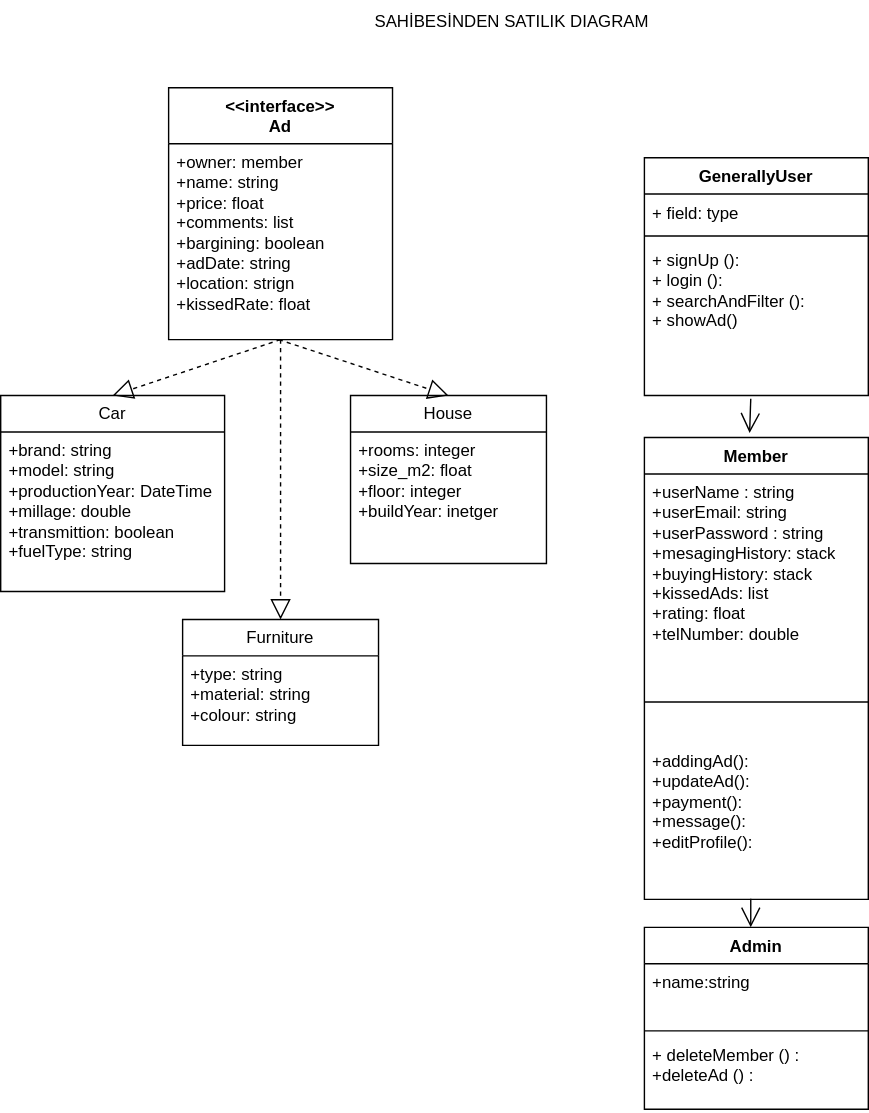
Esma-HHO/SDDPproject keeps this draw.io diagram as sahibesinden_satılık.svg. Above is the earlier version. Source tidied: cells renumbered, new cells last; positions are measured from the earlier drawing's top-left corner, leaving out a move shared by most shapes. The source it was exported from:
```xml
<mxGraphModel>
  <root>
    <mxCell id="0" />
    <mxCell id="1" parent="0" />
    <mxCell id="2" value="GenerallyUser" style="swimlane;fontStyle=1;align=center;verticalAlign=top;horizontal=1;startSize=26;whiteSpace=wrap;html=1;" parent="1" vertex="1">
      <mxGeometry x="460" y="112" width="160" height="170" as="geometry" />
    </mxCell>
    <mxCell id="3" value="+ field: type" style="text;strokeColor=none;fillColor=none;align=left;verticalAlign=top;spacingLeft=4;spacingRight=4;overflow=hidden;whiteSpace=wrap;html=1;" parent="2" vertex="1">
      <mxGeometry y="26" width="160" height="26" as="geometry" />
    </mxCell>
    <mxCell id="4" style="line;strokeWidth=1;fillColor=none;align=left;verticalAlign=middle;spacingTop=-1;spacingLeft=3;spacingRight=3;labelPosition=right;strokeColor=inherit;" parent="2" vertex="1">
      <mxGeometry y="52" width="160" height="8" as="geometry" />
    </mxCell>
    <mxCell id="5" value="&lt;div&gt;+ signUp ():&lt;/div&gt;&lt;div&gt;+ login ():&lt;/div&gt;&lt;div&gt;+ searchAndFilter ():&lt;/div&gt;&lt;div&gt;+ showAd()&lt;/div&gt;" style="text;strokeColor=none;fillColor=none;align=left;verticalAlign=top;spacingLeft=4;spacingRight=4;overflow=hidden;points=[[0,0.5],[1,0.5]];portConstraint=eastwest;whiteSpace=wrap;html=1;" parent="2" vertex="1">
      <mxGeometry y="60" width="160" height="110" as="geometry" />
    </mxCell>
    <mxCell id="6" value="Member&lt;div&gt;&lt;br&gt;&lt;/div&gt;&lt;div&gt;&lt;br&gt;&lt;/div&gt;" style="swimlane;fontStyle=1;align=center;verticalAlign=top;horizontal=1;startSize=26;whiteSpace=wrap;html=1;" parent="1" vertex="1">
      <mxGeometry x="460" y="312" width="160" height="330" as="geometry" />
    </mxCell>
    <mxCell id="7" value="+userName : string&lt;div&gt;+userEmail: string&lt;/div&gt;&lt;div&gt;+userPassword : string&lt;/div&gt;&lt;div&gt;+mesagingHistory: stack&lt;/div&gt;&lt;div&gt;+buyingHistory: stack&lt;/div&gt;&lt;div&gt;+kissedAds: list&lt;/div&gt;&lt;div&gt;+rating: float&lt;/div&gt;&lt;div&gt;+telNumber: double&lt;/div&gt;&lt;div&gt;&lt;br&gt;&lt;/div&gt;&lt;div&gt;&lt;br&gt;&lt;div&gt;&lt;div&gt;&lt;br&gt;&lt;/div&gt;&lt;/div&gt;&lt;/div&gt;" style="text;strokeColor=none;fillColor=none;align=left;verticalAlign=top;spacingLeft=4;spacingRight=4;overflow=hidden;whiteSpace=wrap;html=1;" parent="6" vertex="1">
      <mxGeometry y="26" width="160" height="134" as="geometry" />
    </mxCell>
    <mxCell id="8" style="line;strokeWidth=1;fillColor=none;align=left;verticalAlign=middle;spacingTop=-1;spacingLeft=3;spacingRight=3;labelPosition=right;strokeColor=inherit;" parent="6" vertex="1">
      <mxGeometry y="160" width="160" height="58" as="geometry" />
    </mxCell>
    <mxCell id="9" value="+addingAd():&amp;nbsp;&lt;div&gt;+updateAd():&lt;/div&gt;&lt;div&gt;+payment():&lt;/div&gt;&lt;div&gt;+message():&lt;/div&gt;&lt;div&gt;+editProfile():&lt;/div&gt;&lt;div&gt;&lt;br&gt;&lt;/div&gt;" style="text;strokeColor=none;fillColor=none;align=left;verticalAlign=top;spacingLeft=4;spacingRight=4;overflow=hidden;points=[[0,0.5],[1,0.5]];portConstraint=eastwest;whiteSpace=wrap;html=1;" parent="6" vertex="1">
      <mxGeometry y="218" width="160" height="112" as="geometry" />
    </mxCell>
    <mxCell id="10" style="endArrow=open;endFill=1;endSize=12;html=1;rounded=0;exitX=0.475;exitY=1.02;exitDx=0;exitDy=0;exitPerimeter=0;entryX=0.47;entryY=-0.01;entryDx=0;entryDy=0;entryPerimeter=0;" parent="1" edge="1" source="5" target="6">
      <mxGeometry relative="1" as="geometry" />
    </mxCell>
    <mxCell id="11" value="&lt;div&gt;&amp;lt;&amp;lt;interface&amp;gt;&amp;gt;&lt;/div&gt;Ad" style="swimlane;fontStyle=1;align=center;verticalAlign=top;horizontal=1;startSize=40;whiteSpace=wrap;html=1;" parent="1" vertex="1">
      <mxGeometry x="120" y="62" width="160" height="180" as="geometry" />
    </mxCell>
    <mxCell id="12" value="&lt;div&gt;+owner: member&lt;/div&gt;+name: string&lt;div&gt;+price: float&lt;/div&gt;&lt;div&gt;+comments: list&lt;/div&gt;&lt;div&gt;+bargining: boolean&lt;/div&gt;&lt;div&gt;+adDate: string&lt;/div&gt;&lt;div&gt;+location: strign&lt;/div&gt;&lt;div&gt;+kissedRate: float&lt;/div&gt;&lt;div&gt;&lt;br&gt;&lt;/div&gt;" style="text;strokeColor=none;fillColor=none;align=left;verticalAlign=top;spacingLeft=4;spacingRight=4;overflow=hidden;points=[[0,0.5],[1,0.5]];portConstraint=eastwest;whiteSpace=wrap;html=1;" parent="11" vertex="1">
      <mxGeometry y="40" width="160" height="140" as="geometry" />
    </mxCell>
    <mxCell id="13" style="line;strokeWidth=1;fillColor=none;align=left;verticalAlign=middle;spacingTop=-1;spacingLeft=3;spacingRight=3;labelPosition=right;strokeColor=inherit;" parent="11" vertex="1">
      <mxGeometry y="180" width="160" as="geometry" />
    </mxCell>
    <mxCell id="14" value="House" style="swimlane;fontStyle=0;horizontal=1;startSize=26;fillColor=none;whiteSpace=wrap;html=1;" parent="1" vertex="1">
      <mxGeometry x="250" y="282" width="140" height="120" as="geometry" />
    </mxCell>
    <mxCell id="15" value="+rooms: integer&lt;div&gt;+size_m2: float&lt;/div&gt;&lt;div&gt;+floor: integer&lt;/div&gt;&lt;div&gt;+buildYear: inetger&lt;/div&gt;&lt;div&gt;&lt;span style=&quot;background-color: initial;&quot;&gt;&amp;nbsp;&lt;/span&gt;&lt;/div&gt;" style="text;strokeColor=none;fillColor=none;align=left;verticalAlign=top;spacingLeft=4;spacingRight=4;overflow=hidden;whiteSpace=wrap;html=1;" parent="14" vertex="1">
      <mxGeometry y="26" width="140" height="94" as="geometry" />
    </mxCell>
    <mxCell id="16" value="Furniture" style="swimlane;fontStyle=0;horizontal=1;startSize=26;fillColor=none;whiteSpace=wrap;html=1;" parent="1" vertex="1">
      <mxGeometry x="130" y="442" width="140" height="90" as="geometry" />
    </mxCell>
    <mxCell id="17" value="+type: string&lt;div&gt;+material: string&lt;/div&gt;&lt;div&gt;+colour: string&lt;/div&gt;" style="text;strokeColor=none;fillColor=none;align=left;verticalAlign=top;spacingLeft=4;spacingRight=4;overflow=hidden;whiteSpace=wrap;html=1;" parent="16" vertex="1">
      <mxGeometry y="26" width="140" height="64" as="geometry" />
    </mxCell>
    <mxCell id="18" value="Car" style="swimlane;fontStyle=0;horizontal=1;startSize=26;fillColor=none;whiteSpace=wrap;html=1;" parent="1" vertex="1">
      <mxGeometry y="282" width="160" height="140" as="geometry" />
    </mxCell>
    <mxCell id="19" value="+brand: string&lt;div&gt;+model: string&lt;/div&gt;&lt;div&gt;+productionYear: DateTime&lt;/div&gt;&lt;div&gt;+millage: double&lt;/div&gt;&lt;div&gt;+transmittion: boolean&lt;/div&gt;&lt;div&gt;+fuelType: string&lt;/div&gt;" style="text;strokeColor=none;fillColor=none;align=left;verticalAlign=top;spacingLeft=4;spacingRight=4;overflow=hidden;whiteSpace=wrap;html=1;" parent="18" vertex="1">
      <mxGeometry y="26" width="160" height="114" as="geometry" />
    </mxCell>
    <mxCell id="20" value="Admin" style="swimlane;fontStyle=1;align=center;verticalAlign=top;horizontal=1;startSize=26;whiteSpace=wrap;html=1;" parent="1" vertex="1">
      <mxGeometry x="460" y="662" width="160" height="130" as="geometry" />
    </mxCell>
    <mxCell id="21" value="+name:string&lt;div&gt;&lt;br&gt;&lt;/div&gt;" style="text;strokeColor=none;fillColor=none;align=left;verticalAlign=top;spacingLeft=4;spacingRight=4;overflow=hidden;whiteSpace=wrap;html=1;" parent="20" vertex="1">
      <mxGeometry y="26" width="160" height="44" as="geometry" />
    </mxCell>
    <mxCell id="22" style="line;strokeWidth=1;fillColor=none;align=left;verticalAlign=middle;spacingTop=-1;spacingLeft=3;spacingRight=3;labelPosition=right;strokeColor=inherit;" parent="20" vertex="1">
      <mxGeometry y="70" width="160" height="8" as="geometry" />
    </mxCell>
    <mxCell id="23" value="+ deleteMember () :&lt;div&gt;+deleteAd () :&lt;/div&gt;&lt;div&gt;&amp;nbsp;&lt;/div&gt;" style="text;strokeColor=none;fillColor=none;align=left;verticalAlign=top;spacingLeft=4;spacingRight=4;overflow=hidden;whiteSpace=wrap;html=1;" parent="20" vertex="1">
      <mxGeometry y="78" width="160" height="52" as="geometry" />
    </mxCell>
    <mxCell id="24" style="endArrow=open;endFill=1;endSize=12;html=1;rounded=0;exitX=0.475;exitY=0.996;exitDx=0;exitDy=0;exitPerimeter=0;entryX=0.475;entryY=0;entryDx=0;entryDy=0;entryPerimeter=0;" parent="1" edge="1" source="9" target="20">
      <mxGeometry relative="1" as="geometry" />
    </mxCell>
    <mxCell id="25" style="endArrow=block;dashed=1;endFill=0;endSize=12;html=1;rounded=0;exitX=0.492;exitY=1;exitDx=0;exitDy=0;exitPerimeter=0;entryX=0.5;entryY=0;entryDx=0;entryDy=0;" parent="1" edge="1" source="12" target="14">
      <mxGeometry relative="1" as="geometry" />
    </mxCell>
    <mxCell id="26" style="endArrow=block;dashed=1;endFill=0;endSize=12;html=1;rounded=0;entryX=0.5;entryY=0;entryDx=0;entryDy=0;" parent="1" edge="1" target="18">
      <mxGeometry relative="1" as="geometry">
        <mxPoint x="200" y="242" as="sourcePoint" />
      </mxGeometry>
    </mxCell>
    <mxCell id="27" style="endArrow=block;dashed=1;endFill=0;endSize=12;html=1;rounded=0;entryX=0.5;entryY=0;entryDx=0;entryDy=0;" parent="1" edge="1" target="16">
      <mxGeometry relative="1" as="geometry">
        <mxPoint x="200" y="242" as="sourcePoint" />
      </mxGeometry>
    </mxCell>
    <mxCell id="28" value="SAHİBESİNDEN SATILIK DIAGRAM" style="text;html=1;align=center;verticalAlign=middle;strokeColor=none;fillColor=none;" parent="1" vertex="1">
      <mxGeometry x="255" width="220" height="30" as="geometry" />
    </mxCell>
  </root>
</mxGraphModel>
```
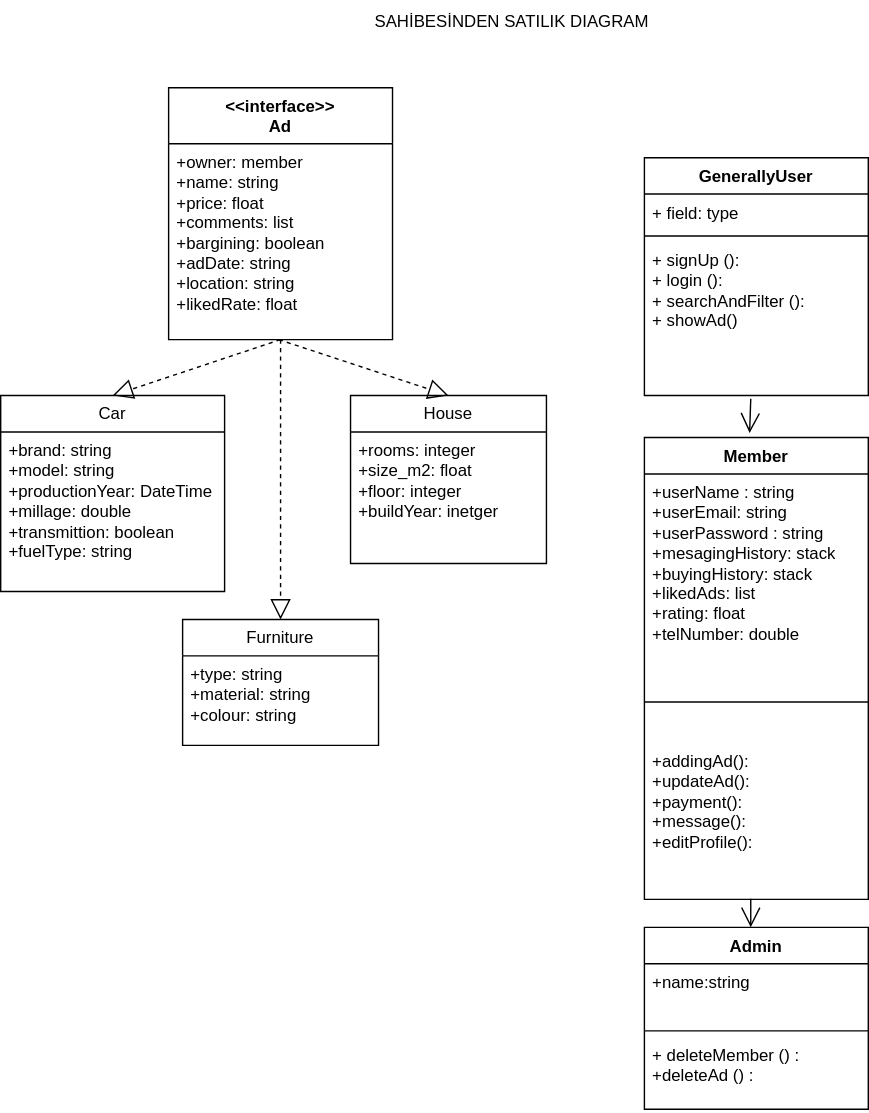
Above is the later version.

Commit message:
added updating uml diagram

What changed in the source:
```diff
@@ -17,7 +17,7 @@
     <mxCell id="6" value="Member&lt;div&gt;&lt;br&gt;&lt;/div&gt;&lt;div&gt;&lt;br&gt;&lt;/div&gt;" style="swimlane;fontStyle=1;align=center;verticalAlign=top;horizontal=1;startSize=26;whiteSpace=wrap;html=1;" parent="1" vertex="1">
       <mxGeometry x="460" y="312" width="160" height="330" as="geometry" />
     </mxCell>
-    <mxCell id="7" value="+userName : string&lt;div&gt;+userEmail: string&lt;/div&gt;&lt;div&gt;+userPassword : string&lt;/div&gt;&lt;div&gt;+mesagingHistory: stack&lt;/div&gt;&lt;div&gt;+buyingHistory: stack&lt;/div&gt;&lt;div&gt;+kissedAds: list&lt;/div&gt;&lt;div&gt;+rating: float&lt;/div&gt;&lt;div&gt;+telNumber: double&lt;/div&gt;&lt;div&gt;&lt;br&gt;&lt;/div&gt;&lt;div&gt;&lt;br&gt;&lt;div&gt;&lt;div&gt;&lt;br&gt;&lt;/div&gt;&lt;/div&gt;&lt;/div&gt;" style="text;strokeColor=none;fillColor=none;align=left;verticalAlign=top;spacingLeft=4;spacingRight=4;overflow=hidden;whiteSpace=wrap;html=1;" parent="6" vertex="1">
+    <mxCell id="7" value="+userName : string&lt;div&gt;+userEmail: string&lt;/div&gt;&lt;div&gt;+userPassword : string&lt;/div&gt;&lt;div&gt;+mesagingHistory: stack&lt;/div&gt;&lt;div&gt;+buyingHistory: stack&lt;/div&gt;&lt;div&gt;+likedAds: list&lt;/div&gt;&lt;div&gt;+rating: float&lt;/div&gt;&lt;div&gt;+telNumber: double&lt;/div&gt;&lt;div&gt;&lt;br&gt;&lt;/div&gt;&lt;div&gt;&lt;br&gt;&lt;div&gt;&lt;div&gt;&lt;br&gt;&lt;/div&gt;&lt;/div&gt;&lt;/div&gt;" style="text;strokeColor=none;fillColor=none;align=left;verticalAlign=top;spacingLeft=4;spacingRight=4;overflow=hidden;whiteSpace=wrap;html=1;" parent="6" vertex="1">
       <mxGeometry y="26" width="160" height="134" as="geometry" />
     </mxCell>
     <mxCell id="8" style="line;strokeWidth=1;fillColor=none;align=left;verticalAlign=middle;spacingTop=-1;spacingLeft=3;spacingRight=3;labelPosition=right;strokeColor=inherit;" parent="6" vertex="1">
@@ -32,7 +32,7 @@
     <mxCell id="11" value="&lt;div&gt;&amp;lt;&amp;lt;interface&amp;gt;&amp;gt;&lt;/div&gt;Ad" style="swimlane;fontStyle=1;align=center;verticalAlign=top;horizontal=1;startSize=40;whiteSpace=wrap;html=1;" parent="1" vertex="1">
       <mxGeometry x="120" y="62" width="160" height="180" as="geometry" />
     </mxCell>
-    <mxCell id="12" value="&lt;div&gt;+owner: member&lt;/div&gt;+name: string&lt;div&gt;+price: float&lt;/div&gt;&lt;div&gt;+comments: list&lt;/div&gt;&lt;div&gt;+bargining: boolean&lt;/div&gt;&lt;div&gt;+adDate: string&lt;/div&gt;&lt;div&gt;+location: strign&lt;/div&gt;&lt;div&gt;+kissedRate: float&lt;/div&gt;&lt;div&gt;&lt;br&gt;&lt;/div&gt;" style="text;strokeColor=none;fillColor=none;align=left;verticalAlign=top;spacingLeft=4;spacingRight=4;overflow=hidden;points=[[0,0.5],[1,0.5]];portConstraint=eastwest;whiteSpace=wrap;html=1;" parent="11" vertex="1">
+    <mxCell id="12" value="&lt;div&gt;+owner: member&lt;/div&gt;+name: string&lt;div&gt;+price: float&lt;/div&gt;&lt;div&gt;+comments: list&lt;/div&gt;&lt;div&gt;+bargining: boolean&lt;/div&gt;&lt;div&gt;+adDate: string&lt;/div&gt;&lt;div&gt;+location: string&lt;/div&gt;&lt;div&gt;+likedRate: float&lt;/div&gt;&lt;div&gt;&lt;br&gt;&lt;/div&gt;" style="text;strokeColor=none;fillColor=none;align=left;verticalAlign=top;spacingLeft=4;spacingRight=4;overflow=hidden;points=[[0,0.5],[1,0.5]];portConstraint=eastwest;whiteSpace=wrap;html=1;" parent="11" vertex="1">
       <mxGeometry y="40" width="160" height="140" as="geometry" />
     </mxCell>
     <mxCell id="13" style="line;strokeWidth=1;fillColor=none;align=left;verticalAlign=middle;spacingTop=-1;spacingLeft=3;spacingRight=3;labelPosition=right;strokeColor=inherit;" parent="11" vertex="1">
```
